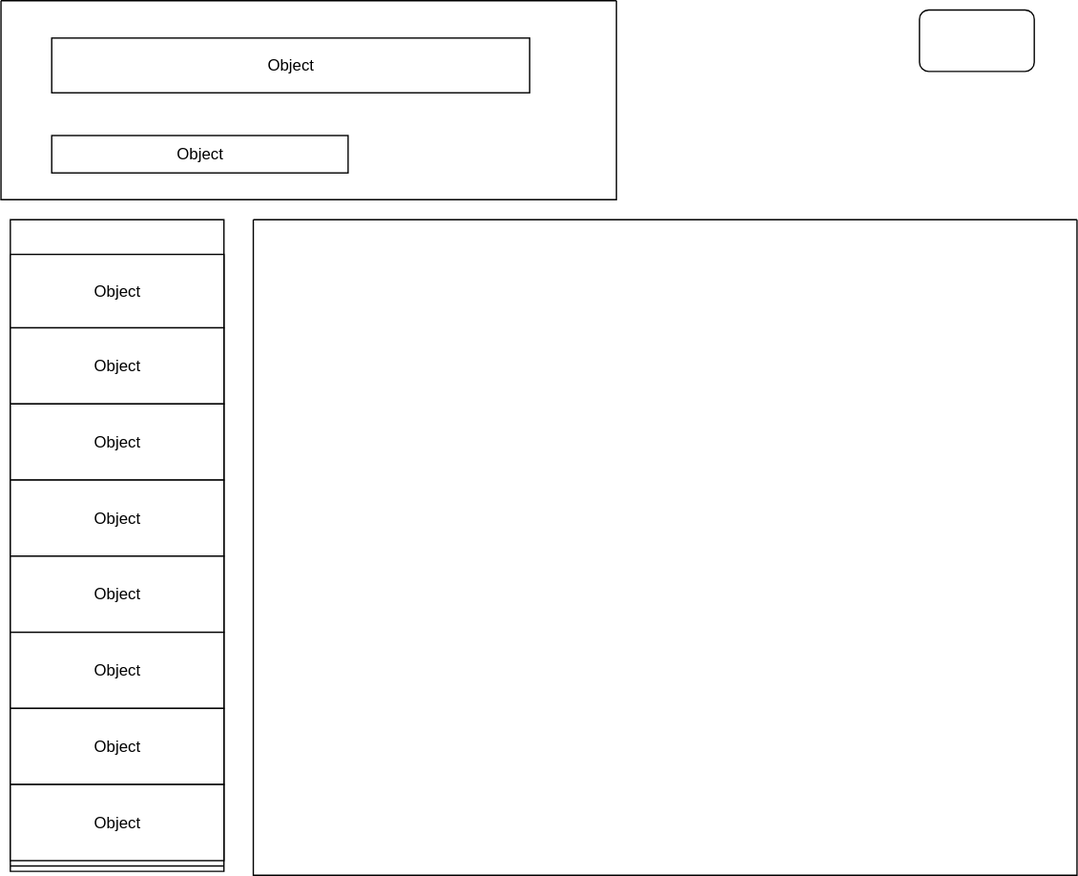
simik394/1note-organizer keeps this draw.io diagram as src/resources/wireframes.drawio.svg. Above is the earlier version. Source tidied: cells renumbered, new cells last; positions are measured from the earlier drawing's top-left corner, leaving out a move shared by most shapes. Source of this version:
```xml
<mxGraphModel>
  <root>
    <mxCell id="0" />
    <mxCell id="1" parent="0" />
    <mxCell id="2" style="swimlane;startSize=0;" parent="1" vertex="1">
      <mxGeometry width="461" height="149" as="geometry" />
    </mxCell>
    <mxCell id="3" value="Object" style="html=1;" parent="2" vertex="1">
      <mxGeometry x="38" y="101" width="222" height="28" as="geometry" />
    </mxCell>
    <mxCell id="4" value="Object" style="html=1;" parent="2" vertex="1">
      <mxGeometry x="38" y="28" width="358" height="41" as="geometry" />
    </mxCell>
    <mxCell id="5" style="rounded=1;whiteSpace=wrap;html=1;" parent="1" vertex="1">
      <mxGeometry x="688" y="7" width="86" height="46" as="geometry" />
    </mxCell>
    <mxCell id="6" style="swimlane;fontStyle=1;align=center;verticalAlign=top;horizontal=1;startSize=26;" parent="1" vertex="1">
      <mxGeometry x="7" y="164" width="160" height="488" as="geometry" />
    </mxCell>
    <mxCell id="7" value="Object" style="html=1;" parent="6" vertex="1">
      <mxGeometry y="26" width="160" height="55" as="geometry" />
    </mxCell>
    <mxCell id="8" value="Object" style="html=1;" parent="6" vertex="1">
      <mxGeometry y="81" width="160" height="57" as="geometry" />
    </mxCell>
    <mxCell id="9" value="Object" style="html=1;" parent="6" vertex="1">
      <mxGeometry y="138" width="160" height="57" as="geometry" />
    </mxCell>
    <mxCell id="10" value="Object" style="html=1;" parent="6" vertex="1">
      <mxGeometry y="195" width="160" height="57" as="geometry" />
    </mxCell>
    <mxCell id="11" value="Object" style="html=1;" parent="6" vertex="1">
      <mxGeometry y="252" width="160" height="57" as="geometry" />
    </mxCell>
    <mxCell id="12" value="Object" style="html=1;" parent="6" vertex="1">
      <mxGeometry y="309" width="160" height="57" as="geometry" />
    </mxCell>
    <mxCell id="13" value="Object" style="html=1;" parent="6" vertex="1">
      <mxGeometry y="366" width="160" height="57" as="geometry" />
    </mxCell>
    <mxCell id="14" value="Object" style="html=1;" parent="6" vertex="1">
      <mxGeometry y="423" width="160" height="57" as="geometry" />
    </mxCell>
    <mxCell id="15" style="line;strokeWidth=1;fillColor=none;align=left;verticalAlign=middle;spacingTop=-1;spacingLeft=3;spacingRight=3;labelPosition=right;strokeColor=inherit;" parent="6" vertex="1">
      <mxGeometry y="480" width="160" height="8" as="geometry" />
    </mxCell>
    <mxCell id="16" style="swimlane;startSize=0;" parent="1" vertex="1">
      <mxGeometry x="189" y="164" width="617" height="491" as="geometry" />
    </mxCell>
  </root>
</mxGraphModel>
```
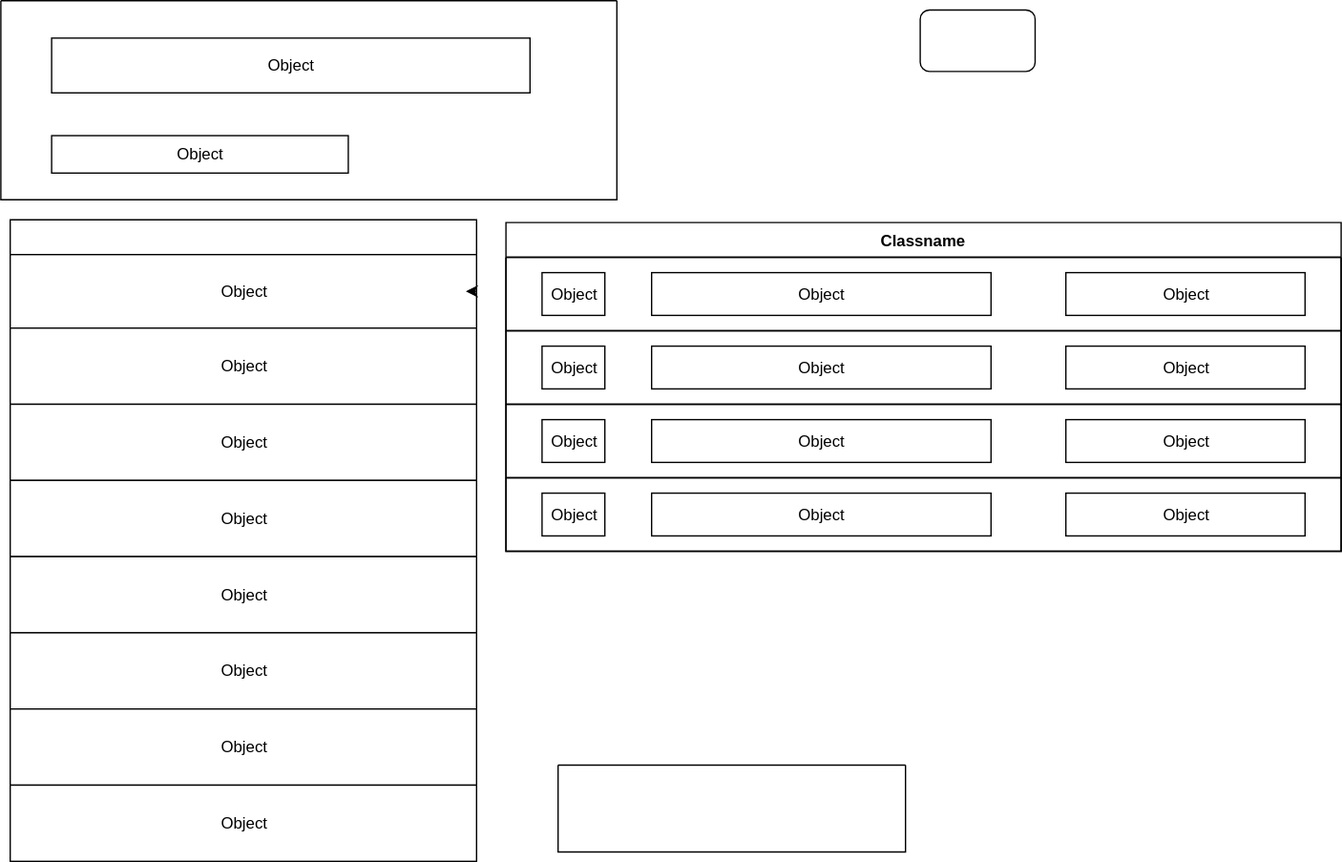
The same diagram one commit later.

Change to the diagram source:
```diff
@@ -15,37 +15,88 @@
       <mxGeometry x="688" y="7" width="86" height="46" as="geometry" />
     </mxCell>
     <mxCell id="6" style="swimlane;fontStyle=1;align=center;verticalAlign=top;horizontal=1;startSize=26;" parent="1" vertex="1">
-      <mxGeometry x="7" y="164" width="160" height="488" as="geometry" />
+      <mxGeometry x="7" y="164" width="349" height="480" as="geometry" />
     </mxCell>
     <mxCell id="7" value="Object" style="html=1;" parent="6" vertex="1">
-      <mxGeometry y="26" width="160" height="55" as="geometry" />
+      <mxGeometry y="26" width="349" height="55" as="geometry" />
     </mxCell>
     <mxCell id="8" value="Object" style="html=1;" parent="6" vertex="1">
-      <mxGeometry y="81" width="160" height="57" as="geometry" />
+      <mxGeometry y="81" width="349" height="57" as="geometry" />
     </mxCell>
     <mxCell id="9" value="Object" style="html=1;" parent="6" vertex="1">
-      <mxGeometry y="138" width="160" height="57" as="geometry" />
+      <mxGeometry y="138" width="349" height="57" as="geometry" />
     </mxCell>
     <mxCell id="10" value="Object" style="html=1;" parent="6" vertex="1">
-      <mxGeometry y="195" width="160" height="57" as="geometry" />
+      <mxGeometry y="195" width="349" height="57" as="geometry" />
     </mxCell>
     <mxCell id="11" value="Object" style="html=1;" parent="6" vertex="1">
-      <mxGeometry y="252" width="160" height="57" as="geometry" />
+      <mxGeometry y="252" width="349" height="57" as="geometry" />
     </mxCell>
     <mxCell id="12" value="Object" style="html=1;" parent="6" vertex="1">
-      <mxGeometry y="309" width="160" height="57" as="geometry" />
+      <mxGeometry y="309" width="349" height="57" as="geometry" />
     </mxCell>
     <mxCell id="13" value="Object" style="html=1;" parent="6" vertex="1">
-      <mxGeometry y="366" width="160" height="57" as="geometry" />
+      <mxGeometry y="366" width="349" height="57" as="geometry" />
     </mxCell>
     <mxCell id="14" value="Object" style="html=1;" parent="6" vertex="1">
-      <mxGeometry y="423" width="160" height="57" as="geometry" />
+      <mxGeometry y="423" width="349" height="57" as="geometry" />
     </mxCell>
-    <mxCell id="15" style="line;strokeWidth=1;fillColor=none;align=left;verticalAlign=middle;spacingTop=-1;spacingLeft=3;spacingRight=3;labelPosition=right;strokeColor=inherit;" parent="6" vertex="1">
-      <mxGeometry y="480" width="160" height="8" as="geometry" />
-    </mxCell>
+    <mxCell id="17" style="edgeStyle=orthogonalEdgeStyle;rounded=0;orthogonalLoop=1;jettySize=auto;html=1;exitX=1;exitY=0.5;exitDx=0;exitDy=0;entryX=0.977;entryY=0.509;entryDx=0;entryDy=0;entryPerimeter=0;" parent="6" edge="1" source="7" target="7">
+      <mxGeometry relative="1" as="geometry" />
+    </mxCell>
     <mxCell id="16" style="swimlane;startSize=0;" parent="1" vertex="1">
-      <mxGeometry x="189" y="164" width="617" height="491" as="geometry" />
+      <mxGeometry x="417" y="572" width="260" height="65" as="geometry" />
     </mxCell>
+    <mxCell id="18" value="Classname" style="swimlane;fontStyle=1;align=center;verticalAlign=top;horizontal=1;startSize=26;" parent="1" vertex="1">
+      <mxGeometry x="378" y="166" width="625" height="246" as="geometry" />
+    </mxCell>
+    <mxCell id="19" style="swimlane;startSize=0;" parent="18" vertex="1">
+      <mxGeometry y="26" width="625" height="55" as="geometry" />
+    </mxCell>
+    <mxCell id="20" value="Object" style="html=1;" parent="19" vertex="1">
+      <mxGeometry x="27" y="11.5" width="47" height="32" as="geometry" />
+    </mxCell>
+    <mxCell id="21" value="Object" style="html=1;" parent="19" vertex="1">
+      <mxGeometry x="109" y="11.5" width="254" height="32" as="geometry" />
+    </mxCell>
+    <mxCell id="22" value="Object" style="html=1;" parent="19" vertex="1">
+      <mxGeometry x="419" y="11.5" width="179" height="32" as="geometry" />
+    </mxCell>
+    <mxCell id="23" style="swimlane;startSize=0;" parent="18" vertex="1">
+      <mxGeometry y="81" width="625" height="55" as="geometry" />
+    </mxCell>
+    <mxCell id="24" value="Object" style="html=1;" parent="23" vertex="1">
+      <mxGeometry x="27" y="11.5" width="47" height="32" as="geometry" />
+    </mxCell>
+    <mxCell id="25" value="Object" style="html=1;" parent="23" vertex="1">
+      <mxGeometry x="109" y="11.5" width="254" height="32" as="geometry" />
+    </mxCell>
+    <mxCell id="26" value="Object" style="html=1;" parent="23" vertex="1">
+      <mxGeometry x="419" y="11.5" width="179" height="32" as="geometry" />
+    </mxCell>
+    <mxCell id="27" style="swimlane;startSize=0;" parent="18" vertex="1">
+      <mxGeometry y="136" width="625" height="55" as="geometry" />
+    </mxCell>
+    <mxCell id="28" value="Object" style="html=1;" parent="27" vertex="1">
+      <mxGeometry x="27" y="11.5" width="47" height="32" as="geometry" />
+    </mxCell>
+    <mxCell id="29" value="Object" style="html=1;" parent="27" vertex="1">
+      <mxGeometry x="109" y="11.5" width="254" height="32" as="geometry" />
+    </mxCell>
+    <mxCell id="30" value="Object" style="html=1;" parent="27" vertex="1">
+      <mxGeometry x="419" y="11.5" width="179" height="32" as="geometry" />
+    </mxCell>
+    <mxCell id="31" style="swimlane;startSize=0;" parent="18" vertex="1">
+      <mxGeometry y="191" width="625" height="55" as="geometry" />
+    </mxCell>
+    <mxCell id="32" value="Object" style="html=1;" parent="31" vertex="1">
+      <mxGeometry x="27" y="11.5" width="47" height="32" as="geometry" />
+    </mxCell>
+    <mxCell id="33" value="Object" style="html=1;" parent="31" vertex="1">
+      <mxGeometry x="109" y="11.5" width="254" height="32" as="geometry" />
+    </mxCell>
+    <mxCell id="34" value="Object" style="html=1;" parent="31" vertex="1">
+      <mxGeometry x="419" y="11.5" width="179" height="32" as="geometry" />
+    </mxCell>
   </root>
 </mxGraphModel>
```
